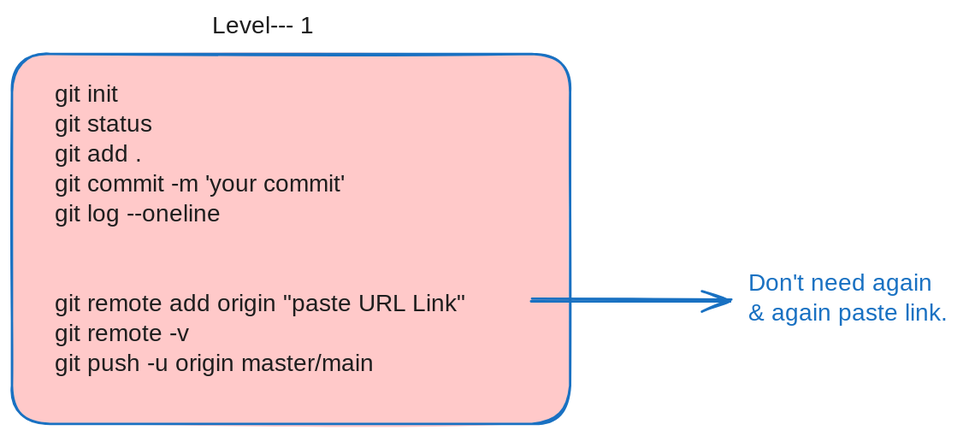
This is brainstorming/git_github.excalidraw.svg from Polash-Hemrom/Software_Engineering, a Excalidraw export, as it was before one commit. Source tidied: one line per element, renumbered; positions are measured from the earlier drawing's top-left corner, leaving out a move shared by most shapes.
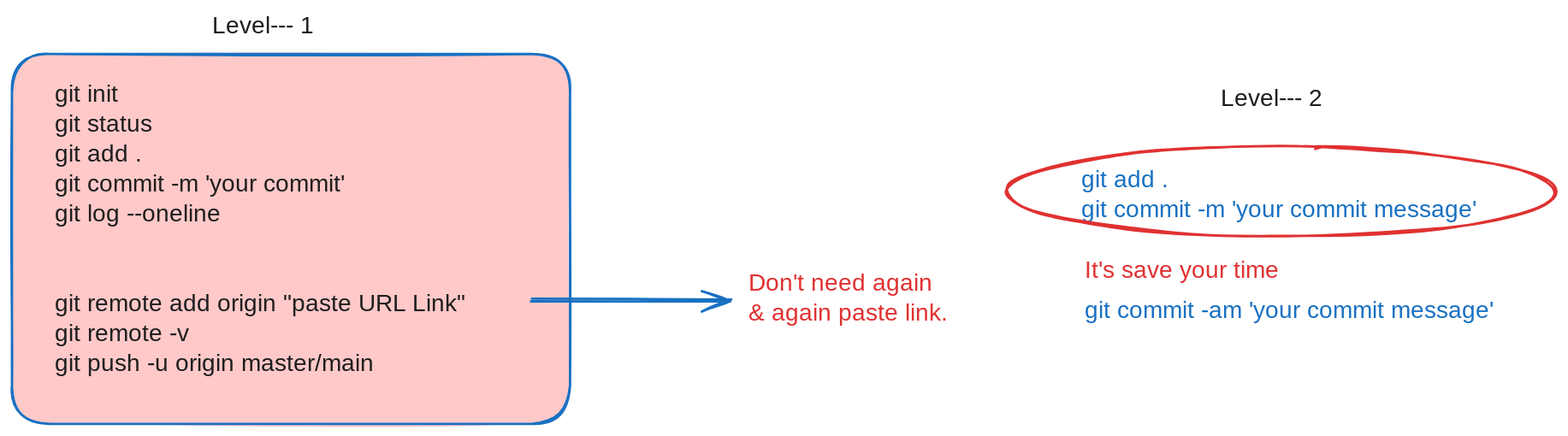
Above is the later version.

Commit message:
Update git & GitHub section

The edit, as a diff of the source:
```diff
@@ -1,5 +1,10 @@
 {"id": 0, "type": "rectangle", "strokeColor": "#1971c2", "backgroundColor": "#ffc9c9", "fillStyle": "solid", "strokeWidth": 2, "roughness": 1, "round": true, "x": 0, "y": 35, "width": 466, "height": 309}
 {"id": 1, "type": "text", "text": "git init\ngit status\ngit add .\ngit commit -m 'your commit'\ngit log --oneline\n\n\ngit remote add origin \"paste URL Link\"\ngit remote -v\ngit push -u origin master/main\n", "strokeColor": "#1e1e1e", "strokeWidth": 2, "roughness": 1, "fontSize": 20, "fontFamily": 5, "x": 36, "y": 57, "width": 375, "height": 275}
-{"id": 2, "type": "text", "text": "Level--- 1", "strokeColor": "#1e1e1e", "backgroundColor": "#b2f2bb", "fillStyle": "solid", "strokeWidth": 2, "roughness": 1, "fontSize": 20, "fontFamily": 5, "x": 167, "y": 0, "width": 89, "height": 25}
+{"id": 5, "type": "text", "text": "Level--- 1", "strokeColor": "#1e1e1e", "backgroundColor": "#b2f2bb", "fillStyle": "solid", "strokeWidth": 2, "roughness": 1, "fontSize": 20, "fontFamily": 5, "x": 167, "y": 0, "width": 89, "height": 25}
 {"id": 3, "type": "arrow", "strokeColor": "#1971c2", "backgroundColor": "#ffc9c9", "fillStyle": "solid", "strokeWidth": 2, "roughness": 1, "endArrowhead": "arrow", "round": true, "from": 1, "x": 433, "y": 240, "width": 168, "height": 0, "points": [[0, 0], [168, 0]]}
-{"id": 4, "type": "text", "text": "Don't need again\n& again paste link.", "strokeColor": "#1971c2", "backgroundColor": "#ffc9c9", "fillStyle": "solid", "strokeWidth": 2, "roughness": 1, "fontSize": 20, "fontFamily": 5, "x": 615, "y": 215, "width": 179, "height": 50}
+{"id": 4, "type": "text", "text": "Don't need again\n& again paste link.", "strokeColor": "#e03131", "backgroundColor": "#ffc9c9", "fillStyle": "solid", "strokeWidth": 2, "roughness": 1, "fontSize": 20, "fontFamily": 5, "x": 615, "y": 215, "width": 179, "height": 50}
+{"id": 2, "type": "text", "text": "Level--- 2", "strokeColor": "#1e1e1e", "backgroundColor": "#b2f2bb", "fillStyle": "solid", "strokeWidth": 2, "roughness": 1, "fontSize": 20, "fontFamily": 5, "x": 1010, "y": 61, "width": 94, "height": 25}
+{"id": 6, "type": "text", "text": "git add .\ngit commit -m 'your commit message'", "strokeColor": "#1971c2", "backgroundColor": "#a5d8ff", "fillStyle": "solid", "strokeWidth": 2, "roughness": 1, "fontSize": 20, "fontFamily": 5, "x": 893, "y": 128, "width": 347, "height": 50}
+{"id": 7, "type": "ellipse", "strokeColor": "#e03131", "strokeWidth": 2, "roughness": 1, "round": true, "x": 830, "y": 113, "width": 459, "height": 75}
+{"id": 8, "type": "text", "text": "git commit -am 'your commit message'", "strokeColor": "#1971c2", "backgroundColor": "#a5d8ff", "fillStyle": "solid", "strokeWidth": 2, "roughness": 1, "fontSize": 20, "fontFamily": 5, "x": 896, "y": 238, "width": 359, "height": 25}
+{"id": 9, "type": "text", "text": "It's save your time", "strokeColor": "#e03131", "strokeWidth": 2, "roughness": 1, "fontSize": 20, "fontFamily": 5, "x": 896, "y": 204, "width": 186, "height": 25}
```
